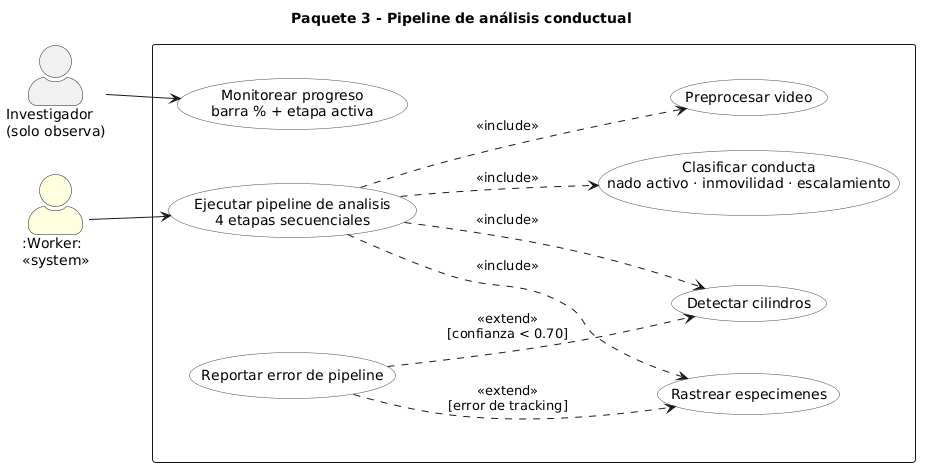
This is figures/mermaid/cu_paquete3.png from ErickJester/fst-ai-system-latex, a PlantUML export, as it was before one commit.
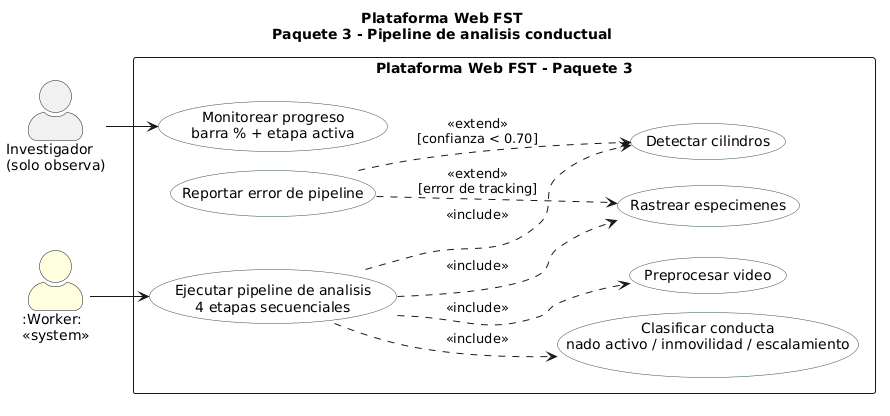
The same file after the commit.

What changed in the source:
```diff
@@ -1,6 +1,6 @@
 @startuml
-Title Paquete 3 - Pipeline de análisis conductual
-
+!pragma layout smetana
+title Plataforma Web FST\nPaquete 3 - Pipeline de analisis conductual
 left to right direction
 skinparam packageStyle rectangle
 skinparam actorStyle awesome
@@ -8,28 +8,23 @@
   BackgroundColor White
   BorderColor DarkSlateGray
 }
-
 actor "Investigador\n(solo observa)" as INV
 actor ":Worker:\n<<system>>" as WRK #LightYellow
-
-rectangle " " {
+rectangle "Plataforma Web FST - Paquete 3" {
   usecase "Ejecutar pipeline de analisis\n4 etapas secuenciales" as UC30
   usecase "Preprocesar video" as UC31
   usecase "Detectar cilindros" as UC32
   usecase "Rastrear especimenes" as UC33
-  usecase "Clasificar conducta\nnado activo · inmovilidad · escalamiento" as UC34
+  usecase "Clasificar conducta\nnado activo / inmovilidad / escalamiento" as UC34
   usecase "Monitorear progreso\nbarra % + etapa activa" as UC35
   usecase "Reportar error de pipeline" as UC36
 }
-
 WRK --> UC30
 INV --> UC35
-
 UC30 ..> UC31 : <<include>>
 UC30 ..> UC32 : <<include>>
 UC30 ..> UC33 : <<include>>
 UC30 ..> UC34 : <<include>>
-
 UC36 ..> UC32 : <<extend>>\n[confianza < 0.70]
 UC36 ..> UC33 : <<extend>>\n[error de tracking]
 @enduml
```
